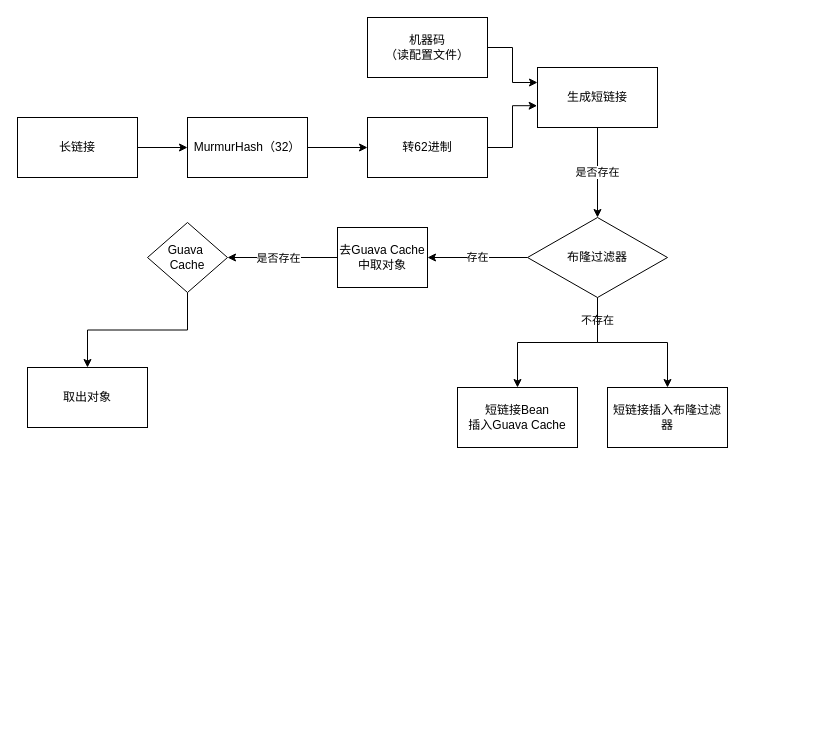
Above: page "第 1 页" (1 of 2) of 未命名绘图.drawio in CoderDream/52ms (draw.io), before the change. Source tidied: cells renumbered, new cells numbered last; positions are measured from the earlier drawing's top-left corner, leaving out a move shared by most shapes. Both pictures are drawn from the tidied source at 100%, with x=0, y=0 at pixel (17, 17).
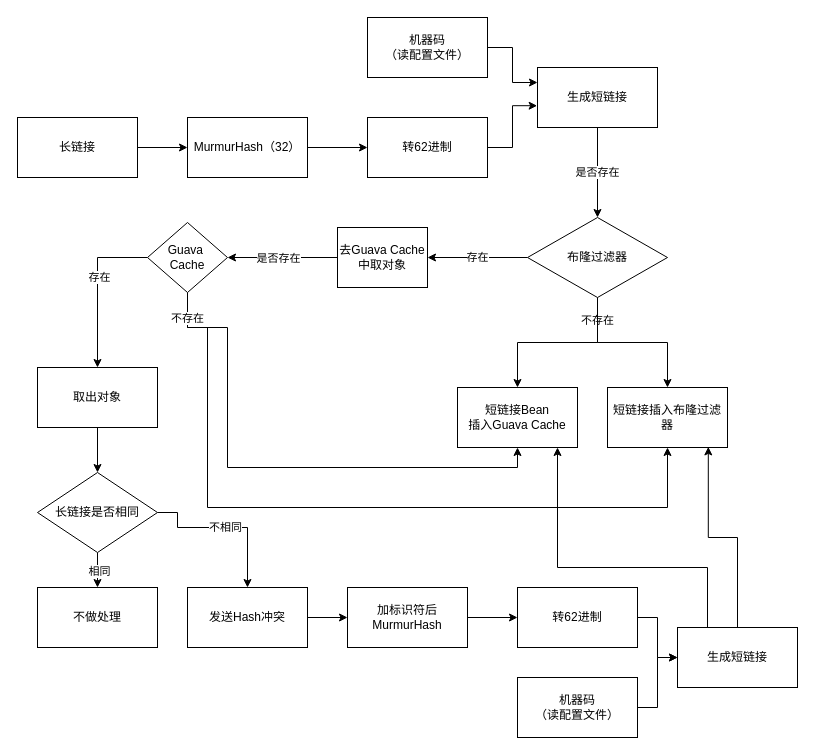
The same page after the edit.

Commit message (it also covers changes not shown here):
更新未命名绘图.drawio

Unchanged cells that the change refers to:
```xml
<mxCell id="12" value="短链接插入布隆过滤器" style="rounded=0;whiteSpace=wrap;html=1;" parent="1" vertex="1">
  <mxGeometry x="590" y="370" width="120" height="60" as="geometry" />
</mxCell>
<mxCell id="17" value="短链接Bean&lt;br&gt;插入Guava Cache" style="rounded=0;whiteSpace=wrap;html=1;" parent="1" vertex="1">
  <mxGeometry x="440" y="370" width="120" height="60" as="geometry" />
</mxCell>
<mxCell id="22" value="Guava&amp;nbsp;&lt;br&gt;Cache" style="rhombus;whiteSpace=wrap;html=1;" parent="1" vertex="1">
  <mxGeometry x="130" y="205" width="80" height="70" as="geometry" />
</mxCell>
```

What changed in the source:
```diff
@@
-    <mxCell id="21" style="edgeStyle=orthogonalEdgeStyle;rounded=0;jettySize=auto;html=1;" parent="1" edge="1" source="22" target="23">
+    <mxCell id="21" style="edgeStyle=orthogonalEdgeStyle;rounded=0;jettySize=auto;html=1;exitX=0;exitY=0.5;exitDx=0;exitDy=0;" parent="1" edge="1" source="22" target="23">
       <mxGeometry relative="1" as="geometry" />
     </mxCell>
+    <mxCell id="24" value="存在" style="edgeLabel;html=1;align=center;verticalAlign=middle;" parent="21" vertex="1">
+      <mxGeometry x="-0.14" y="1" relative="1" as="geometry" />
+    </mxCell>
+    <mxCell id="25" style="edgeStyle=orthogonalEdgeStyle;rounded=0;jettySize=auto;html=1;entryX=0.5;entryY=1;entryDx=0;entryDy=0;" parent="1" edge="1" source="22" target="17">
+      <mxGeometry relative="1" as="geometry">
+        <Array as="points">
+          <mxPoint x="170" y="310" />
+          <mxPoint x="210" y="310" />
+          <mxPoint x="210" y="450" />
+          <mxPoint x="500" y="450" />
+        </Array>
+      </mxGeometry>
+    </mxCell>
+    <mxCell id="26" value="不存在" style="edgeStyle=orthogonalEdgeStyle;rounded=0;jettySize=auto;html=1;entryX=0.5;entryY=1;entryDx=0;entryDy=0;exitX=0.5;exitY=1;exitDx=0;exitDy=0;" parent="1" edge="1" source="22" target="12">
+      <mxGeometry x="-0.93" relative="1" as="geometry">
+        <Array as="points">
+          <mxPoint x="170" y="310" />
+          <mxPoint x="190" y="310" />
+          <mxPoint x="190" y="490" />
+          <mxPoint x="650" y="490" />
+        </Array>
+      </mxGeometry>
+    </mxCell>
@@
+    <mxCell id="27" style="edgeStyle=orthogonalEdgeStyle;rounded=0;jettySize=auto;html=1;" parent="1" edge="1" source="23" target="31">
+      <mxGeometry relative="1" as="geometry" />
+    </mxCell>
     <mxCell id="23" value="取出对象" style="rounded=0;whiteSpace=wrap;html=1;" parent="1" vertex="1">
-      <mxGeometry x="10" y="350" width="120" height="60" as="geometry" />
+      <mxGeometry x="20" y="350" width="120" height="60" as="geometry" />
     </mxCell>
+    <mxCell id="28" value="不相同" style="edgeStyle=orthogonalEdgeStyle;rounded=0;jettySize=auto;html=1;exitX=1;exitY=0.5;exitDx=0;exitDy=0;" parent="1" edge="1" source="31" target="33">
+      <mxGeometry relative="1" as="geometry">
+        <Array as="points">
+          <mxPoint x="160" y="495" />
+          <mxPoint x="160" y="510" />
+          <mxPoint x="230" y="510" />
+        </Array>
+      </mxGeometry>
+    </mxCell>
+    <mxCell id="29" style="edgeStyle=orthogonalEdgeStyle;rounded=0;jettySize=auto;html=1;" parent="1" edge="1" source="31" target="43">
+      <mxGeometry relative="1" as="geometry" />
+    </mxCell>
+    <mxCell id="30" value="相同" style="edgeLabel;html=1;align=center;verticalAlign=middle;" parent="29" vertex="1">
+      <mxGeometry x="-0.22" y="1" relative="1" as="geometry" />
+    </mxCell>
+    <mxCell id="31" value="长链接是否相同" style="rhombus;whiteSpace=wrap;html=1;" parent="1" vertex="1">
+      <mxGeometry x="20" y="455" width="120" height="80" as="geometry" />
+    </mxCell>
+    <mxCell id="32" style="edgeStyle=orthogonalEdgeStyle;rounded=0;jettySize=auto;html=1;" parent="1" edge="1" source="33" target="34">
+      <mxGeometry relative="1" as="geometry" />
+    </mxCell>
+    <mxCell id="33" value="发送Hash冲突" style="rounded=0;whiteSpace=wrap;html=1;" parent="1" vertex="1">
+      <mxGeometry x="170" y="570" width="120" height="60" as="geometry" />
+    </mxCell>
+    <mxCell id="34" value="加标识符后&lt;br&gt;MurmurHash" style="rounded=0;whiteSpace=wrap;html=1;" parent="1" vertex="1">
+      <mxGeometry x="330" y="570" width="120" height="60" as="geometry" />
+    </mxCell>
+    <mxCell id="35" style="edgeStyle=orthogonalEdgeStyle;rounded=0;jettySize=auto;html=1;entryX=0;entryY=0.5;entryDx=0;entryDy=0;" parent="1" edge="1" source="36" target="42">
+      <mxGeometry relative="1" as="geometry" />
+    </mxCell>
+    <mxCell id="36" value="机器码&lt;br&gt;（读配置文件）" style="rounded=0;whiteSpace=wrap;html=1;" parent="1" vertex="1">
+      <mxGeometry x="500" y="660" width="120" height="60" as="geometry" />
+    </mxCell>
+    <mxCell id="37" style="edgeStyle=orthogonalEdgeStyle;rounded=0;jettySize=auto;html=1;" parent="1" edge="1" source="38" target="42">
+      <mxGeometry relative="1" as="geometry" />
+    </mxCell>
+    <mxCell id="38" value="&lt;span&gt;转62进制&lt;/span&gt;" style="rounded=0;whiteSpace=wrap;html=1;" parent="1" vertex="1">
+      <mxGeometry x="500" y="570" width="120" height="60" as="geometry" />
+    </mxCell>
+    <mxCell id="39" style="edgeStyle=orthogonalEdgeStyle;rounded=0;jettySize=auto;html=1;" parent="1" edge="1" source="34" target="38">
+      <mxGeometry relative="1" as="geometry" />
+    </mxCell>
+    <mxCell id="40" style="edgeStyle=orthogonalEdgeStyle;rounded=0;jettySize=auto;html=1;entryX=0.84;entryY=0.99;entryDx=0;entryDy=0;entryPerimeter=0;" parent="1" edge="1" source="42" target="12">
+      <mxGeometry relative="1" as="geometry" />
+    </mxCell>
+    <mxCell id="41" style="edgeStyle=orthogonalEdgeStyle;rounded=0;jettySize=auto;html=1;" parent="1" edge="1" source="42">
+      <mxGeometry relative="1" as="geometry">
+        <mxPoint x="540" y="430" as="targetPoint" />
+        <Array as="points">
+          <mxPoint x="690" y="550" />
+          <mxPoint x="540" y="550" />
+          <mxPoint x="540" y="430" />
+        </Array>
+      </mxGeometry>
+    </mxCell>
+    <mxCell id="42" value="生成短链接" style="rounded=0;whiteSpace=wrap;html=1;" parent="1" vertex="1">
+      <mxGeometry x="660" y="610" width="120" height="60" as="geometry" />
+    </mxCell>
+    <mxCell id="43" value="不做处理" style="rounded=0;whiteSpace=wrap;html=1;" parent="1" vertex="1">
+      <mxGeometry x="20" y="570" width="120" height="60" as="geometry" />
+    </mxCell>
```
